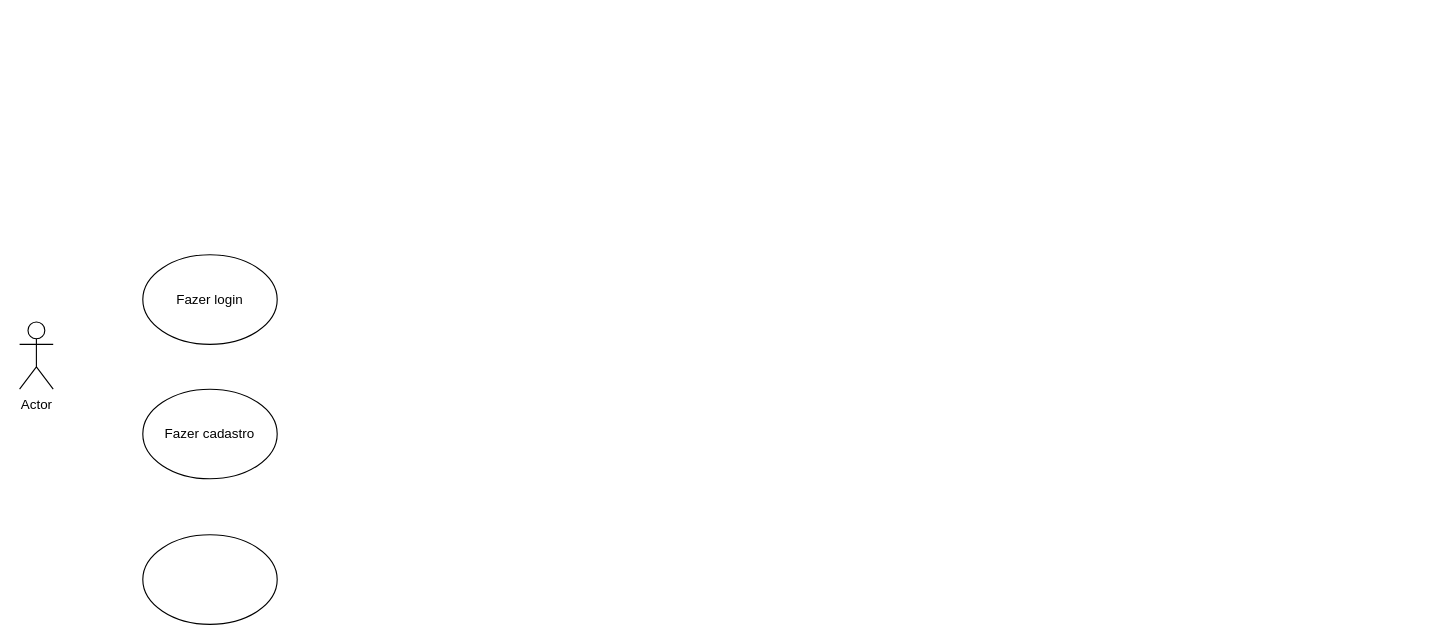
This is desenvolvimento_sistemas/3des/tcc/diagrama_caso_uso.drawio from LarissaCarrara/Senai-desenvolvimento-de-sistemas, a draw.io file, before an edit. Source tidied: cells renumbered, new cells numbered last; positions are measured from the earlier drawing's top-left corner, leaving out a move shared by most shapes. Both pictures are drawn from the tidied source at 112%, with x=0, y=0 at pixel (19, 254).
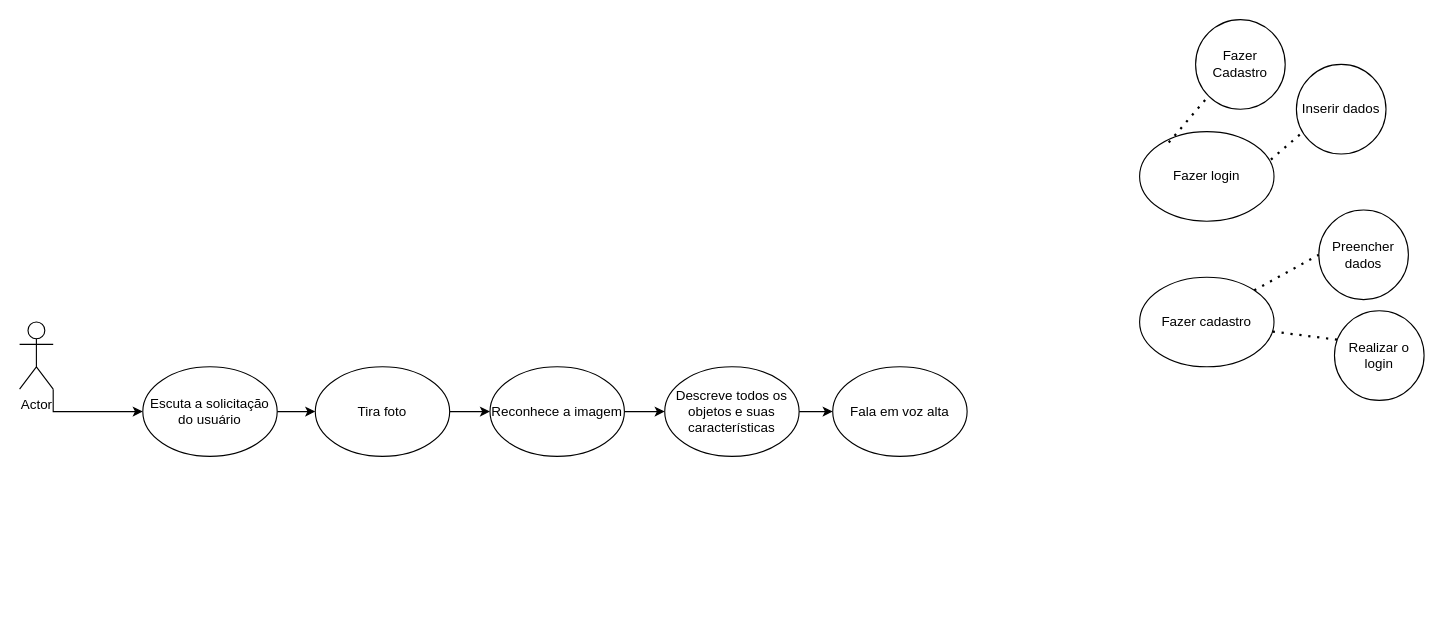
The same page after the edit.

Commit message (it also covers changes not shown here):
Diagrama de caso de uso - 19-10-2023

Unchanged cells that the change refers to:
```xml
<mxCell id="2" value="Actor" style="shape=umlActor;verticalLabelPosition=bottom;verticalAlign=top;html=1;outlineConnect=0;" parent="1" vertex="1">
  <mxGeometry y="60" width="30" height="60" as="geometry" />
</mxCell>
```

Diff of the diagram source:
```diff
@@
+    <mxCell id="6" style="edgeStyle=orthogonalEdgeStyle;rounded=0;jettySize=auto;html=1;exitX=1;exitY=1;exitDx=0;exitDy=0;exitPerimeter=0;entryX=0;entryY=0.5;entryDx=0;entryDy=0;" parent="1" edge="1" source="2" target="12">
+      <mxGeometry relative="1" as="geometry" />
+    </mxCell>
@@
     <mxCell id="3" value="Fazer login" style="ellipse;whiteSpace=wrap;html=1;" parent="1" vertex="1">
-      <mxGeometry x="110" width="120" height="80" as="geometry" />
+      <mxGeometry x="1000" y="-110" width="120" height="80" as="geometry" />
     </mxCell>
     <mxCell id="4" value="Fazer cadastro" style="ellipse;whiteSpace=wrap;html=1;" parent="1" vertex="1">
-      <mxGeometry x="110" y="120" width="120" height="80" as="geometry" />
+      <mxGeometry x="1000" y="20" width="120" height="80" as="geometry" />
     </mxCell>
+    <mxCell id="7" style="edgeStyle=orthogonalEdgeStyle;rounded=0;jettySize=auto;html=1;" parent="1" edge="1" source="5" target="9">
+      <mxGeometry relative="1" as="geometry" />
+    </mxCell>
-    <mxCell id="5" style="ellipse;whiteSpace=wrap;html=1;" parent="1" vertex="1">
-      <mxGeometry x="110" y="250" width="120" height="80" as="geometry" />
+    <mxCell id="5" value="Reconhece a imagem" style="ellipse;whiteSpace=wrap;html=1;" parent="1" vertex="1">
+      <mxGeometry x="420" y="100" width="120" height="80" as="geometry" />
     </mxCell>
+    <mxCell id="8" style="edgeStyle=orthogonalEdgeStyle;rounded=0;jettySize=auto;html=1;" parent="1" edge="1" source="9" target="10">
+      <mxGeometry relative="1" as="geometry" />
+    </mxCell>
+    <mxCell id="9" value="Descreve todos os objetos e suas características" style="ellipse;whiteSpace=wrap;html=1;" parent="1" vertex="1">
+      <mxGeometry x="576" y="100" width="120" height="80" as="geometry" />
+    </mxCell>
+    <mxCell id="10" value="Fala em voz alta" style="ellipse;whiteSpace=wrap;html=1;" parent="1" vertex="1">
+      <mxGeometry x="726" y="100" width="120" height="80" as="geometry" />
+    </mxCell>
+    <mxCell id="11" style="edgeStyle=orthogonalEdgeStyle;rounded=0;jettySize=auto;html=1;" parent="1" edge="1" source="12" target="22">
+      <mxGeometry relative="1" as="geometry" />
+    </mxCell>
+    <mxCell id="12" value="Escuta a solicitação do usuário" style="ellipse;whiteSpace=wrap;html=1;" parent="1" vertex="1">
+      <mxGeometry x="110" y="100" width="120" height="80" as="geometry" />
+    </mxCell>
+    <mxCell id="13" value="Fazer Cadastro" style="ellipse;whiteSpace=wrap;html=1;" parent="1" vertex="1">
+      <mxGeometry x="1050" y="-210" width="80" height="80" as="geometry" />
+    </mxCell>
+    <mxCell id="14" value="Inserir dados" style="ellipse;whiteSpace=wrap;html=1;" parent="1" vertex="1">
+      <mxGeometry x="1140" y="-170" width="80" height="80" as="geometry" />
+    </mxCell>
+    <mxCell id="15" value="Preencher dados" style="ellipse;whiteSpace=wrap;html=1;" parent="1" vertex="1">
+      <mxGeometry x="1160" y="-40" width="80" height="80" as="geometry" />
+    </mxCell>
+    <mxCell id="16" value="Realizar o login" style="ellipse;whiteSpace=wrap;html=1;" parent="1" vertex="1">
+      <mxGeometry x="1174" y="50" width="80" height="80" as="geometry" />
+    </mxCell>
+    <mxCell id="17" style="endArrow=none;dashed=1;html=1;dashPattern=1 3;strokeWidth=2;rounded=0;exitX=0.217;exitY=0.122;exitDx=0;exitDy=0;exitPerimeter=0;" parent="1" edge="1" source="3">
+      <mxGeometry relative="1" as="geometry">
+        <mxPoint x="1060" y="-140" as="targetPoint" />
+      </mxGeometry>
+    </mxCell>
+    <mxCell id="18" style="endArrow=none;dashed=1;html=1;dashPattern=1 3;strokeWidth=2;rounded=0;exitX=0.977;exitY=0.312;exitDx=0;exitDy=0;exitPerimeter=0;entryX=0.075;entryY=0.752;entryDx=0;entryDy=0;entryPerimeter=0;" parent="1" edge="1" source="3" target="14">
+      <mxGeometry relative="1" as="geometry" />
+    </mxCell>
+    <mxCell id="19" style="endArrow=none;dashed=1;html=1;dashPattern=1 3;strokeWidth=2;rounded=0;exitX=1;exitY=0;exitDx=0;exitDy=0;entryX=0;entryY=0.5;entryDx=0;entryDy=0;" parent="1" edge="1" source="4" target="15">
+      <mxGeometry relative="1" as="geometry" />
+    </mxCell>
+    <mxCell id="20" style="endArrow=none;dashed=1;html=1;dashPattern=1 3;strokeWidth=2;rounded=0;exitX=0.99;exitY=0.607;exitDx=0;exitDy=0;exitPerimeter=0;entryX=0.03;entryY=0.322;entryDx=0;entryDy=0;entryPerimeter=0;" parent="1" edge="1" source="4" target="16">
+      <mxGeometry relative="1" as="geometry" />
+    </mxCell>
+    <mxCell id="21" style="edgeStyle=orthogonalEdgeStyle;rounded=0;jettySize=auto;html=1;" parent="1" edge="1" source="22" target="5">
+      <mxGeometry relative="1" as="geometry" />
+    </mxCell>
+    <mxCell id="22" value="Tira foto" style="ellipse;whiteSpace=wrap;html=1;" parent="1" vertex="1">
+      <mxGeometry x="264" y="100" width="120" height="80" as="geometry" />
+    </mxCell>
```
